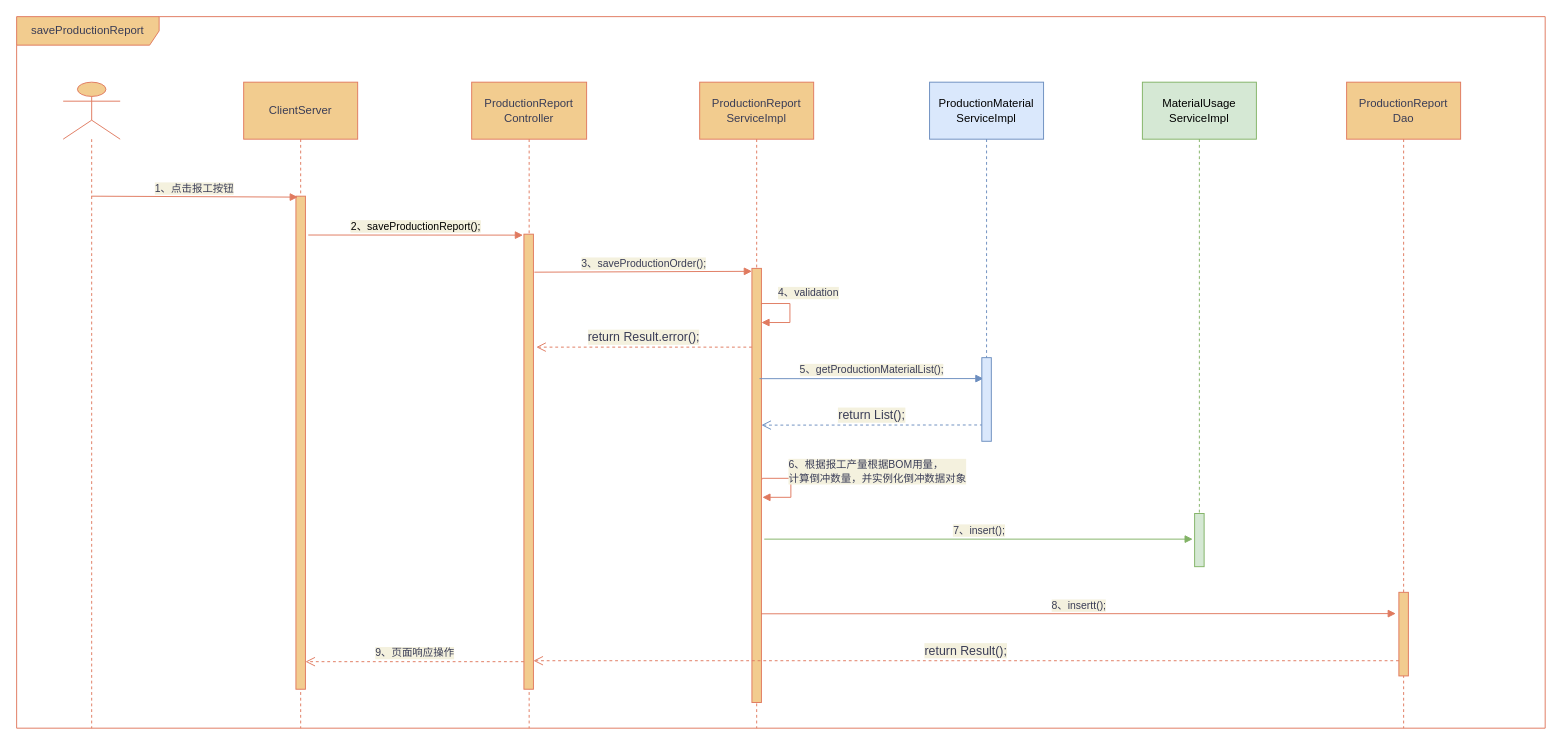
This is page "报工" (1 of 3) of 青岛协创.drawio from KNAI-I/test, a draw.io file, before an edit. Source tidied: cells renumbered, new cells numbered last; positions are measured from the earlier drawing's top-left corner, leaving out a move shared by most shapes. Both pictures are drawn from the tidied source at 95%, with x=0, y=0 at pixel (16, 16).
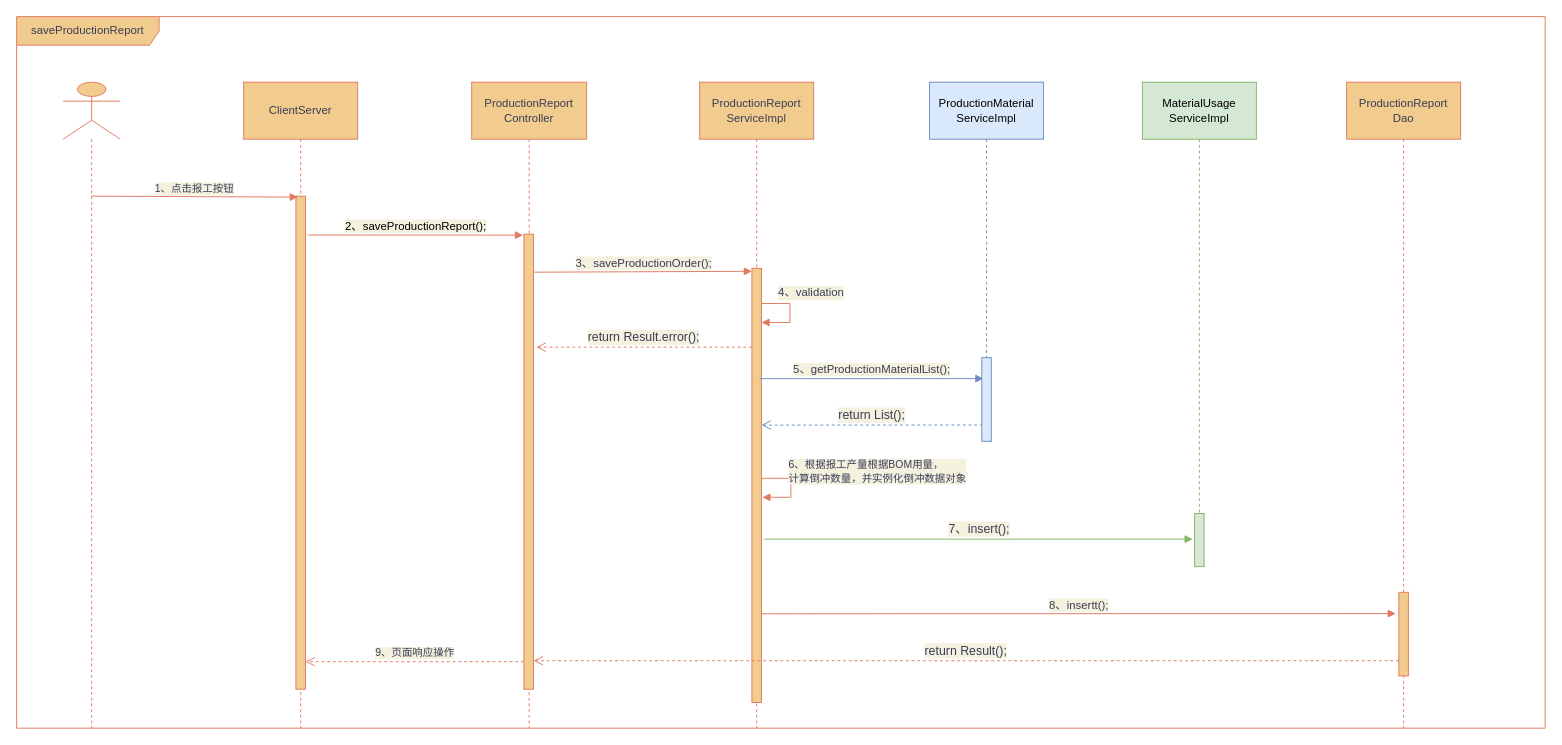
Above is the later version.

Unchanged cells that the change refers to:
```xml
<mxCell id="6" value="ProductionReport&lt;br&gt;ServiceImpl" style="shape=umlLifeline;perimeter=lifelinePerimeter;whiteSpace=wrap;html=1;size=60;fillColor=#F2CC8F;strokeColor=#E07A5F;fontColor=#393C56;" parent="1" vertex="1">
  <mxGeometry x="719" y="69" width="120" height="680" as="geometry" />
</mxCell>
<mxCell id="26" style="html=1;points=[];perimeter=orthogonalPerimeter;fillColor=#dae8fc;strokeColor=#6c8ebf;" parent="1" vertex="1">
  <mxGeometry x="1016" y="359" width="10" height="88" as="geometry" />
</mxCell>
```

What changed in the source:
```diff
@@
-    <mxCell id="8" value="4、validation" style="edgeStyle=orthogonalEdgeStyle;html=1;align=left;spacingLeft=2;endArrow=block;rounded=0;entryX=1;entryY=0.111;entryDx=0;entryDy=0;entryPerimeter=0;labelBackgroundColor=#F4F1DE;strokeColor=#E07A5F;fontColor=#393C56;" parent="6" edge="1">
+    <mxCell id="8" value="&lt;font style=&quot;font-size: 12px;&quot;&gt;4、validation&lt;/font&gt;" style="edgeStyle=orthogonalEdgeStyle;html=1;align=left;spacingLeft=2;endArrow=block;rounded=0;entryX=1;entryY=0.111;entryDx=0;entryDy=0;entryPerimeter=0;labelBackgroundColor=#F4F1DE;strokeColor=#E07A5F;fontColor=#393C56;" parent="6" edge="1">
       <mxGeometry x="-0.62" y="11" relative="1" as="geometry">
         <mxPoint x="65" y="234" as="sourcePoint" />
         <mxPoint x="65" y="253" as="targetPoint" />
         <Array as="points">
           <mxPoint x="65" y="233" />
           <mxPoint x="95" y="233" />
           <mxPoint x="95" y="253" />
         </Array>
       </mxGeometry>
     </mxCell>
@@
-    <mxCell id="12" value="&lt;span style=&quot;color: rgb(0, 0, 0); font-family: Helvetica; font-size: 11px; font-style: normal; font-variant-ligatures: normal; font-variant-caps: normal; font-weight: 400; letter-spacing: normal; orphans: 2; text-align: left; text-indent: 0px; text-transform: none; widows: 2; word-spacing: 0px; -webkit-text-stroke-width: 0px; text-decoration-thickness: initial; text-decoration-style: initial; text-decoration-color: initial; float: none; display: inline !important; background-color: rgb(244, 241, 222);&quot;&gt;2、saveProductionReport();&lt;/span&gt;" style="html=1;verticalAlign=bottom;endArrow=block;entryX=0;entryY=0;rounded=0;exitX=1.4;exitY=0.154;exitDx=0;exitDy=0;exitPerimeter=0;labelBackgroundColor=#F4F1DE;strokeColor=#E07A5F;fontColor=#393C56;" parent="1" edge="1">
+    <mxCell id="12" value="&lt;span style=&quot;color: rgb(0, 0, 0); font-family: Helvetica; font-style: normal; font-variant-ligatures: normal; font-variant-caps: normal; font-weight: 400; letter-spacing: normal; orphans: 2; text-align: left; text-indent: 0px; text-transform: none; widows: 2; word-spacing: 0px; -webkit-text-stroke-width: 0px; text-decoration-thickness: initial; text-decoration-style: initial; text-decoration-color: initial; float: none; background-color: rgb(244, 241, 222); display: inline !important;&quot;&gt;&lt;font style=&quot;font-size: 12px;&quot;&gt;2、saveProductionReport();&lt;/font&gt;&lt;/span&gt;" style="html=1;verticalAlign=bottom;endArrow=block;entryX=0;entryY=0;rounded=0;exitX=1.4;exitY=0.154;exitDx=0;exitDy=0;exitPerimeter=0;labelBackgroundColor=#F4F1DE;strokeColor=#E07A5F;fontColor=#393C56;" parent="1" edge="1">
       <mxGeometry relative="1" as="geometry">
         <mxPoint x="307" y="229.9" as="sourcePoint" />
         <mxPoint x="533" y="230" as="targetPoint" />
       </mxGeometry>
     </mxCell>
@@
-    <mxCell id="14" value="3、saveProductionOrder();" style="html=1;verticalAlign=bottom;endArrow=block;rounded=0;entryX=0;entryY=0.013;entryDx=0;entryDy=0;entryPerimeter=0;exitX=1.1;exitY=0.293;exitDx=0;exitDy=0;exitPerimeter=0;labelBackgroundColor=#F4F1DE;strokeColor=#E07A5F;fontColor=#393C56;" parent="1" edge="1">
+    <mxCell id="14" value="&lt;font style=&quot;font-size: 12px;&quot;&gt;3、saveProductionOrder();&lt;/font&gt;" style="html=1;verticalAlign=bottom;endArrow=block;rounded=0;entryX=0;entryY=0.013;entryDx=0;entryDy=0;entryPerimeter=0;exitX=1.1;exitY=0.293;exitDx=0;exitDy=0;exitPerimeter=0;labelBackgroundColor=#F4F1DE;strokeColor=#E07A5F;fontColor=#393C56;" parent="1" edge="1">
       <mxGeometry relative="1" as="geometry">
         <mxPoint x="545" y="269" as="sourcePoint" />
         <mxPoint x="774" y="268.1" as="targetPoint" />
       </mxGeometry>
     </mxCell>
@@
-    <mxCell id="20" value="5、getProductionMaterialList();" style="html=1;verticalAlign=bottom;endArrow=block;rounded=0;entryX=0.171;entryY=0.25;entryDx=0;entryDy=0;entryPerimeter=0;exitX=0.6;exitY=0.481;exitDx=0;exitDy=0;exitPerimeter=0;labelBackgroundColor=#F4F1DE;strokeColor=#6c8ebf;fontColor=#393C56;fillColor=#dae8fc;" parent="1" edge="1" target="26">
+    <mxCell id="20" value="&lt;font style=&quot;font-size: 12px;&quot;&gt;5、getProductionMaterialList();&lt;/font&gt;" style="html=1;verticalAlign=bottom;endArrow=block;rounded=0;entryX=0.171;entryY=0.25;entryDx=0;entryDy=0;entryPerimeter=0;exitX=0.6;exitY=0.481;exitDx=0;exitDy=0;exitPerimeter=0;labelBackgroundColor=#F4F1DE;strokeColor=#6c8ebf;fontColor=#393C56;fillColor=#dae8fc;" parent="1" edge="1" target="26">
       <mxGeometry relative="1" as="geometry">
         <mxPoint x="782" y="381.1" as="sourcePoint" />
       </mxGeometry>
     </mxCell>
@@
-    <mxCell id="25" value="7、insert();" style="html=1;verticalAlign=bottom;endArrow=block;rounded=0;labelBackgroundColor=#F4F1DE;strokeColor=#82b366;fontColor=#393C56;fillColor=#d5e8d4;" parent="1" edge="1">
+    <mxCell id="25" value="&lt;font style=&quot;font-size: 13px;&quot;&gt;7、insert();&lt;/font&gt;" style="html=1;verticalAlign=bottom;endArrow=block;rounded=0;labelBackgroundColor=#F4F1DE;strokeColor=#82b366;fontColor=#393C56;fillColor=#d5e8d4;" parent="1" edge="1">
       <mxGeometry relative="1" as="geometry">
         <mxPoint x="787" y="550" as="sourcePoint" />
         <mxPoint x="1238" y="550" as="targetPoint" />
       </mxGeometry>
     </mxCell>
@@
-    <mxCell id="27" value="8、insertt();" style="html=1;verticalAlign=bottom;endArrow=block;rounded=0;entryX=-0.318;entryY=0.277;entryDx=0;entryDy=0;entryPerimeter=0;exitX=0.959;exitY=0.8;exitDx=0;exitDy=0;exitPerimeter=0;labelBackgroundColor=#F4F1DE;strokeColor=#E07A5F;fontColor=#393C56;" parent="1" edge="1">
+    <mxCell id="27" value="&lt;font style=&quot;font-size: 12px;&quot;&gt;8、insertt();&lt;/font&gt;" style="html=1;verticalAlign=bottom;endArrow=block;rounded=0;entryX=-0.318;entryY=0.277;entryDx=0;entryDy=0;entryPerimeter=0;exitX=0.959;exitY=0.8;exitDx=0;exitDy=0;exitPerimeter=0;labelBackgroundColor=#F4F1DE;strokeColor=#E07A5F;fontColor=#393C56;" parent="1" edge="1">
       <mxGeometry relative="1" as="geometry">
         <mxPoint x="783.6" y="628.6" as="sourcePoint" />
         <mxPoint x="1451.8" y="628.4" as="targetPoint" />
       </mxGeometry>
     </mxCell>
```
